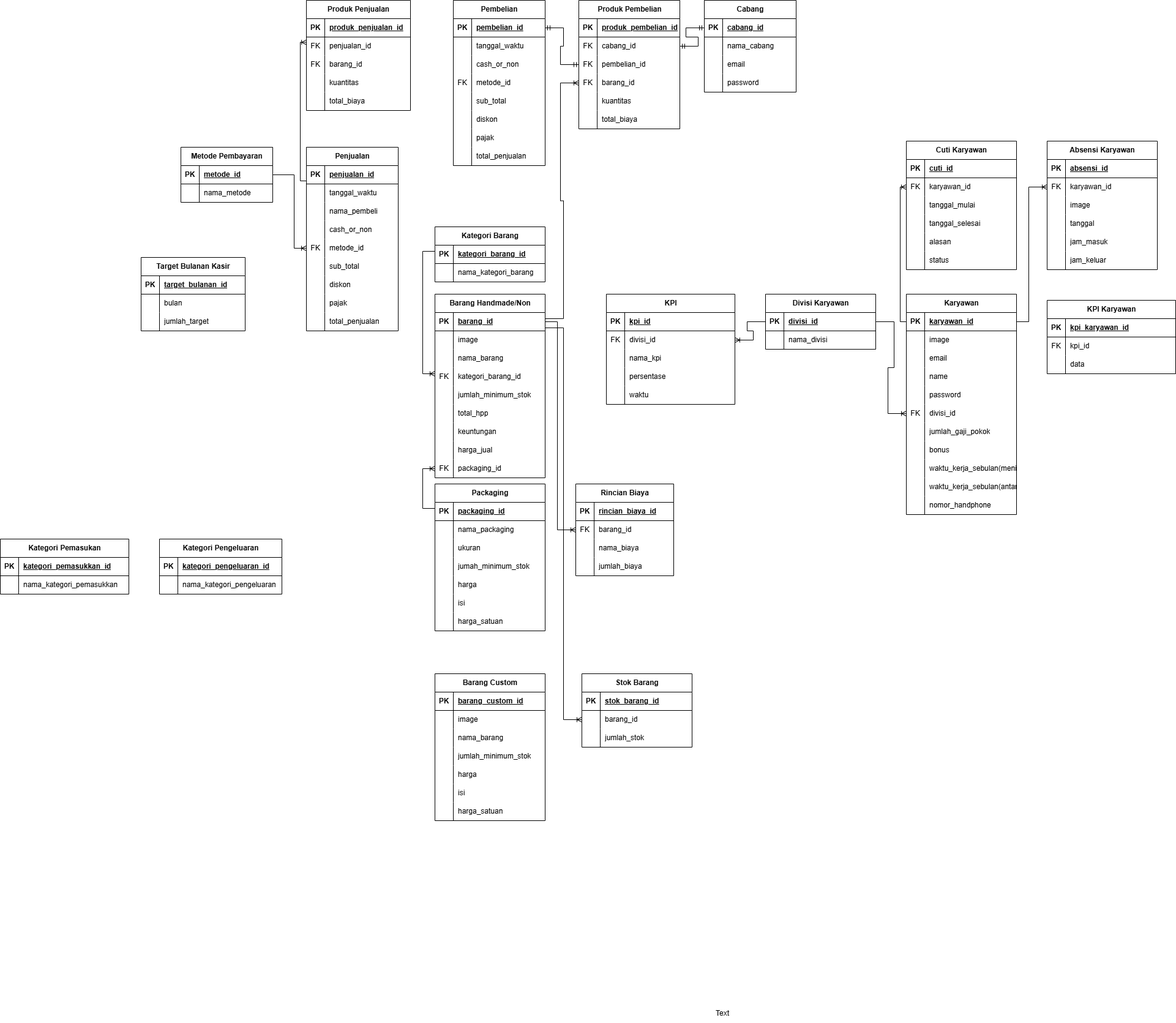
Before: ERD Tatitatu.drawio (1).png, a diagram exported from draw.io (aliefadha/dbi-backend). Source tidied: cells renumbered, new cells last; positions are measured from the earlier drawing's top-left corner, leaving out a move shared by most shapes.
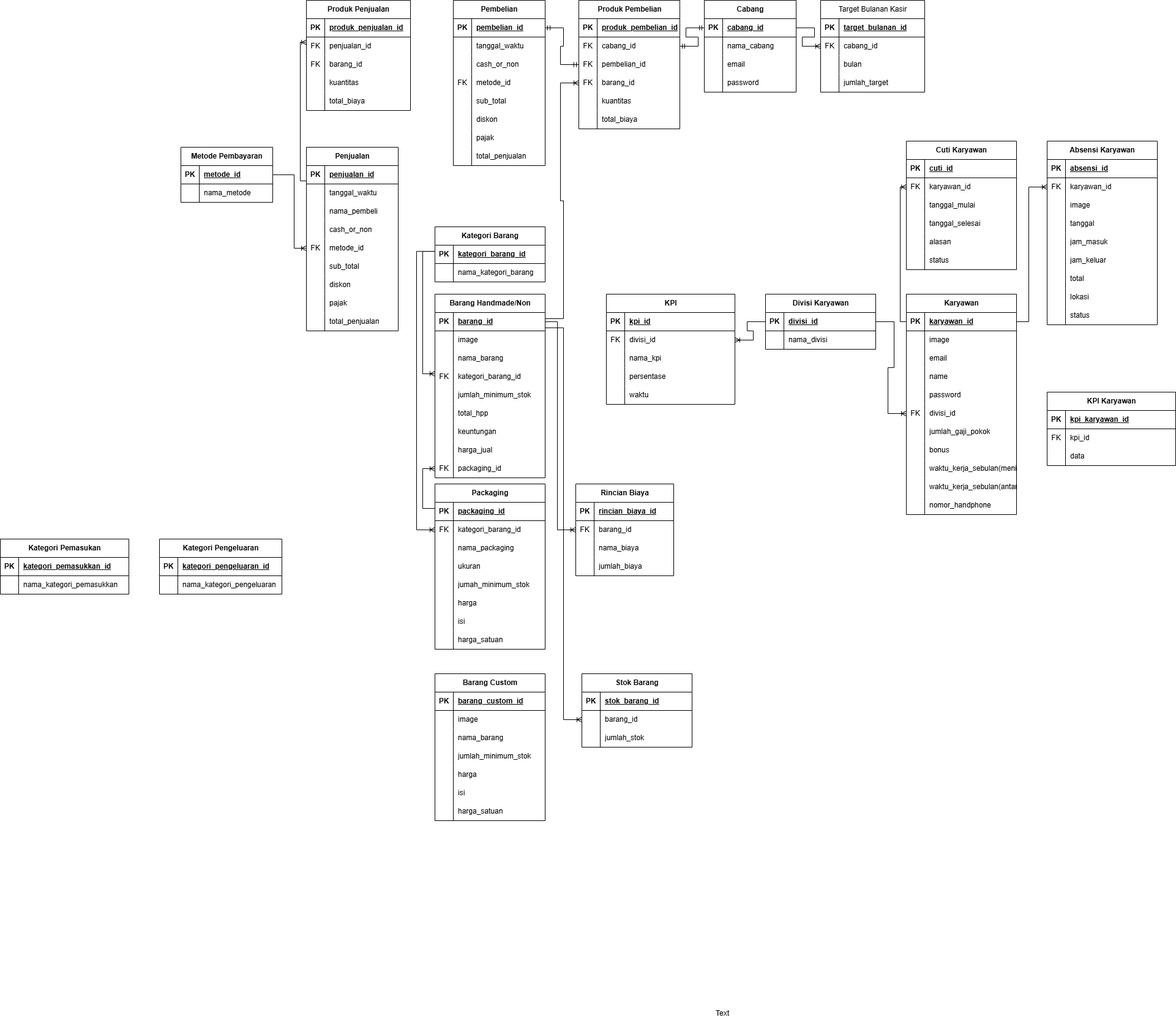
The same diagram one commit later.

Change to the diagram source:
```diff
@@ -89,8 +89,8 @@
     <mxCell id="30" value="nama_kategori_pemasukkan" style="shape=partialRectangle;fillColor=none;top=0;left=0;bottom=0;right=0;align=left;spacingLeft=6;overflow=hidden;whiteSpace=wrap;html=1;" parent="28" vertex="1">
       <mxGeometry x="30" width="180" height="30" as="geometry" />
     </mxCell>
-    <mxCell id="31" value="Target Bulanan Kasir" style="shape=table;startSize=30;rowLines=0;fontStyle=1;align=center;html=1;" parent="1" vertex="1">
-      <mxGeometry x="230" y="420" width="170" height="120" as="geometry" />
+    <mxCell id="31" value="Target Bulanan Kasir" style="shape=table;startSize=30;rowLines=0;fontStyle=0;align=center;html=1;" parent="1" vertex="1">
+      <mxGeometry x="1340" width="170" height="150" as="geometry" />
     </mxCell>
     <mxCell id="32" style="shape=tableRow;horizontal=0;startSize=0;swimlaneHead=0;swimlaneBody=0;fillColor=none;top=0;left=0;right=0;bottom=1;" parent="31" vertex="1">
       <mxGeometry y="30" width="170" height="30" as="geometry" />
@@ -104,14 +104,23 @@
     <mxCell id="35" style="shape=tableRow;horizontal=0;startSize=0;swimlaneHead=0;swimlaneBody=0;fillColor=none;points=[[0,0.5],[1,0.5]];portConstraint=eastwest;top=0;left=0;right=0;bottom=0;" parent="31" vertex="1">
       <mxGeometry y="60" width="170" height="30" as="geometry" />
     </mxCell>
-    <mxCell id="36" style="shape=partialRectangle;fillColor=none;top=0;left=0;bottom=0;right=0;overflow=hidden;whiteSpace=wrap;html=1;" parent="35" vertex="1">
+    <mxCell id="36" value="FK" style="shape=partialRectangle;fillColor=none;top=0;left=0;bottom=0;right=0;overflow=hidden;whiteSpace=wrap;html=1;" parent="35" vertex="1">
       <mxGeometry width="30" height="30" as="geometry" />
     </mxCell>
-    <mxCell id="37" value="bulan" style="shape=partialRectangle;fillColor=none;top=0;left=0;bottom=0;right=0;align=left;spacingLeft=6;overflow=hidden;whiteSpace=wrap;html=1;" parent="35" vertex="1">
+    <mxCell id="37" value="cabang_id" style="shape=partialRectangle;fillColor=none;top=0;left=0;bottom=0;right=0;align=left;spacingLeft=6;overflow=hidden;whiteSpace=wrap;html=1;" parent="35" vertex="1">
       <mxGeometry x="30" width="140" height="30" as="geometry" />
     </mxCell>
+    <mxCell id="355" style="shape=tableRow;horizontal=0;startSize=0;swimlaneHead=0;swimlaneBody=0;fillColor=none;top=0;left=0;right=0;bottom=0;" parent="31" vertex="1">
+      <mxGeometry y="90" width="170" height="30" as="geometry" />
+    </mxCell>
+    <mxCell id="356" style="shape=partialRectangle;fillColor=none;top=0;left=0;bottom=0;right=0;overflow=hidden;whiteSpace=wrap;html=1;" parent="355" vertex="1">
+      <mxGeometry width="30" height="30" as="geometry" />
+    </mxCell>
+    <mxCell id="357" value="bulan" style="shape=partialRectangle;fillColor=none;top=0;left=0;bottom=0;right=0;align=left;spacingLeft=6;overflow=hidden;whiteSpace=wrap;html=1;" parent="355" vertex="1">
+      <mxGeometry x="30" width="140" height="30" as="geometry" />
+    </mxCell>
     <mxCell id="38" style="shape=tableRow;horizontal=0;startSize=0;swimlaneHead=0;swimlaneBody=0;fillColor=none;top=0;left=0;right=0;bottom=0;" parent="31" vertex="1">
-      <mxGeometry y="90" width="170" height="30" as="geometry" />
+      <mxGeometry y="120" width="170" height="30" as="geometry" />
     </mxCell>
     <mxCell id="39" style="shape=partialRectangle;fillColor=none;top=0;left=0;bottom=0;right=0;overflow=hidden;whiteSpace=wrap;html=1;" parent="38" vertex="1">
       <mxGeometry width="30" height="30" as="geometry" />
@@ -480,7 +489,7 @@
       <mxGeometry relative="1" as="geometry" />
     </mxCell>
     <mxCell id="161" value="Absensi Karyawan" style="shape=table;startSize=30;rowLines=0;fontStyle=1;align=center;html=1;" parent="1" vertex="1">
-      <mxGeometry x="1710" y="230" width="180" height="210" as="geometry" />
+      <mxGeometry x="1710" y="230" width="180" height="300" as="geometry" />
     </mxCell>
     <mxCell id="162" style="shape=tableRow;horizontal=0;startSize=0;swimlaneHead=0;swimlaneBody=0;fillColor=none;top=0;left=0;right=0;bottom=1;" parent="161" vertex="1">
       <mxGeometry y="30" width="180" height="30" as="geometry" />
@@ -536,6 +545,33 @@
     <mxCell id="179" value="jam_keluar" style="shape=partialRectangle;fillColor=none;top=0;left=0;bottom=0;right=0;align=left;spacingLeft=6;overflow=hidden;whiteSpace=wrap;html=1;" parent="177" vertex="1">
       <mxGeometry x="30" width="150" height="30" as="geometry" />
     </mxCell>
+    <mxCell id="358" style="shape=tableRow;horizontal=0;startSize=0;swimlaneHead=0;swimlaneBody=0;fillColor=none;top=0;left=0;right=0;bottom=0;" parent="161" vertex="1">
+      <mxGeometry y="210" width="180" height="30" as="geometry" />
+    </mxCell>
+    <mxCell id="359" style="shape=partialRectangle;fillColor=none;top=0;left=0;bottom=0;right=0;overflow=hidden;whiteSpace=wrap;html=1;" parent="358" vertex="1">
+      <mxGeometry width="30" height="30" as="geometry" />
+    </mxCell>
+    <mxCell id="360" value="total" style="shape=partialRectangle;fillColor=none;top=0;left=0;bottom=0;right=0;align=left;spacingLeft=6;overflow=hidden;whiteSpace=wrap;html=1;" parent="358" vertex="1">
+      <mxGeometry x="30" width="150" height="30" as="geometry" />
+    </mxCell>
+    <mxCell id="361" style="shape=tableRow;horizontal=0;startSize=0;swimlaneHead=0;swimlaneBody=0;fillColor=none;top=0;left=0;right=0;bottom=0;" parent="161" vertex="1">
+      <mxGeometry y="240" width="180" height="30" as="geometry" />
+    </mxCell>
+    <mxCell id="362" style="shape=partialRectangle;fillColor=none;top=0;left=0;bottom=0;right=0;overflow=hidden;whiteSpace=wrap;html=1;" parent="361" vertex="1">
+      <mxGeometry width="30" height="30" as="geometry" />
+    </mxCell>
+    <mxCell id="363" value="lokasi" style="shape=partialRectangle;fillColor=none;top=0;left=0;bottom=0;right=0;align=left;spacingLeft=6;overflow=hidden;whiteSpace=wrap;html=1;" parent="361" vertex="1">
+      <mxGeometry x="30" width="150" height="30" as="geometry" />
+    </mxCell>
+    <mxCell id="364" style="shape=tableRow;horizontal=0;startSize=0;swimlaneHead=0;swimlaneBody=0;fillColor=none;top=0;left=0;right=0;bottom=0;" parent="161" vertex="1">
+      <mxGeometry y="270" width="180" height="30" as="geometry" />
+    </mxCell>
+    <mxCell id="365" style="shape=partialRectangle;fillColor=none;top=0;left=0;bottom=0;right=0;overflow=hidden;whiteSpace=wrap;html=1;" parent="364" vertex="1">
+      <mxGeometry width="30" height="30" as="geometry" />
+    </mxCell>
+    <mxCell id="366" value="status" style="shape=partialRectangle;fillColor=none;top=0;left=0;bottom=0;right=0;align=left;spacingLeft=6;overflow=hidden;whiteSpace=wrap;html=1;" parent="364" vertex="1">
+      <mxGeometry x="30" width="150" height="30" as="geometry" />
+    </mxCell>
     <mxCell id="180" style="edgeStyle=orthogonalEdgeStyle;fontSize=12;html=1;endArrow=ERoneToMany;rounded=0;entryX=0;entryY=0.5;entryDx=0;entryDy=0;" parent="1" edge="1" source="99" target="165">
       <mxGeometry relative="1" as="geometry">
         <Array as="points">
@@ -545,7 +581,7 @@
       </mxGeometry>
     </mxCell>
     <mxCell id="181" value="KPI Karyawan" style="shape=table;startSize=30;rowLines=0;fontStyle=1;align=center;html=1;" parent="1" vertex="1">
-      <mxGeometry x="1710" y="490" width="210" height="120" as="geometry" />
+      <mxGeometry x="1710" y="640" width="210" height="120" as="geometry" />
     </mxCell>
     <mxCell id="182" style="shape=tableRow;horizontal=0;startSize=0;swimlaneHead=0;swimlaneBody=0;fillColor=none;top=0;left=0;right=0;bottom=1;" parent="181" vertex="1">
       <mxGeometry y="30" width="210" height="30" as="geometry" />
@@ -624,7 +660,7 @@
       <mxGeometry x="30" width="130" height="30" as="geometry" />
     </mxCell>
     <mxCell id="205" value="Packaging" style="shape=table;startSize=30;rowLines=0;fontStyle=1;align=center;html=1;" parent="1" vertex="1">
-      <mxGeometry x="710" y="790" width="180" height="240" as="geometry" />
+      <mxGeometry x="710" y="790" width="180" height="270" as="geometry" />
     </mxCell>
     <mxCell id="206" style="shape=tableRow;horizontal=0;startSize=0;swimlaneHead=0;swimlaneBody=0;fillColor=none;top=0;left=0;right=0;bottom=1;" parent="205" vertex="1">
       <mxGeometry y="30" width="180" height="30" as="geometry" />
@@ -638,14 +674,23 @@
     <mxCell id="209" style="shape=tableRow;horizontal=0;startSize=0;swimlaneHead=0;swimlaneBody=0;fillColor=none;points=[[0,0.5],[1,0.5]];portConstraint=eastwest;top=0;left=0;right=0;bottom=0;" parent="205" vertex="1">
       <mxGeometry y="60" width="180" height="30" as="geometry" />
     </mxCell>
-    <mxCell id="210" style="shape=partialRectangle;fillColor=none;top=0;left=0;bottom=0;right=0;overflow=hidden;whiteSpace=wrap;html=1;" parent="209" vertex="1">
+    <mxCell id="210" value="FK" style="shape=partialRectangle;fillColor=none;top=0;left=0;bottom=0;right=0;overflow=hidden;whiteSpace=wrap;html=1;" parent="209" vertex="1">
       <mxGeometry width="30" height="30" as="geometry" />
     </mxCell>
-    <mxCell id="211" value="nama_packaging" style="shape=partialRectangle;fillColor=none;top=0;left=0;bottom=0;right=0;align=left;spacingLeft=6;overflow=hidden;whiteSpace=wrap;html=1;" parent="209" vertex="1">
+    <mxCell id="211" value="kategori_barang_id" style="shape=partialRectangle;fillColor=none;top=0;left=0;bottom=0;right=0;align=left;spacingLeft=6;overflow=hidden;whiteSpace=wrap;html=1;" parent="209" vertex="1">
       <mxGeometry x="30" width="150" height="30" as="geometry" />
     </mxCell>
+    <mxCell id="367" style="shape=tableRow;horizontal=0;startSize=0;swimlaneHead=0;swimlaneBody=0;fillColor=none;top=0;left=0;right=0;bottom=0;" parent="205" vertex="1">
+      <mxGeometry y="90" width="180" height="30" as="geometry" />
+    </mxCell>
+    <mxCell id="368" style="shape=partialRectangle;fillColor=none;top=0;left=0;bottom=0;right=0;overflow=hidden;whiteSpace=wrap;html=1;" parent="367" vertex="1">
+      <mxGeometry width="30" height="30" as="geometry" />
+    </mxCell>
+    <mxCell id="369" value="nama_packaging" style="shape=partialRectangle;fillColor=none;top=0;left=0;bottom=0;right=0;align=left;spacingLeft=6;overflow=hidden;whiteSpace=wrap;html=1;" parent="367" vertex="1">
+      <mxGeometry x="30" width="150" height="30" as="geometry" />
+    </mxCell>
     <mxCell id="212" style="shape=tableRow;horizontal=0;startSize=0;swimlaneHead=0;swimlaneBody=0;fillColor=none;top=0;left=0;right=0;bottom=0;" parent="205" vertex="1">
-      <mxGeometry y="90" width="180" height="30" as="geometry" />
+      <mxGeometry y="120" width="180" height="30" as="geometry" />
     </mxCell>
     <mxCell id="213" style="shape=partialRectangle;fillColor=none;top=0;left=0;bottom=0;right=0;overflow=hidden;whiteSpace=wrap;html=1;" parent="212" vertex="1">
       <mxGeometry width="30" height="30" as="geometry" />
@@ -654,7 +699,7 @@
       <mxGeometry x="30" width="150" height="30" as="geometry" />
     </mxCell>
     <mxCell id="215" style="shape=tableRow;horizontal=0;startSize=0;swimlaneHead=0;swimlaneBody=0;fillColor=none;top=0;left=0;right=0;bottom=0;" parent="205" vertex="1">
-      <mxGeometry y="120" width="180" height="30" as="geometry" />
+      <mxGeometry y="150" width="180" height="30" as="geometry" />
     </mxCell>
     <mxCell id="216" style="shape=partialRectangle;fillColor=none;top=0;left=0;bottom=0;right=0;overflow=hidden;whiteSpace=wrap;html=1;" parent="215" vertex="1">
       <mxGeometry width="30" height="30" as="geometry" />
@@ -663,7 +708,7 @@
       <mxGeometry x="30" width="150" height="30" as="geometry" />
     </mxCell>
     <mxCell id="218" style="shape=tableRow;horizontal=0;startSize=0;swimlaneHead=0;swimlaneBody=0;fillColor=none;top=0;left=0;right=0;bottom=0;" parent="205" vertex="1">
-      <mxGeometry y="150" width="180" height="30" as="geometry" />
+      <mxGeometry y="180" width="180" height="30" as="geometry" />
     </mxCell>
     <mxCell id="219" style="shape=partialRectangle;fillColor=none;top=0;left=0;bottom=0;right=0;overflow=hidden;whiteSpace=wrap;html=1;" parent="218" vertex="1">
       <mxGeometry width="30" height="30" as="geometry" />
@@ -672,7 +717,7 @@
       <mxGeometry x="30" width="150" height="30" as="geometry" />
     </mxCell>
     <mxCell id="221" style="shape=tableRow;horizontal=0;startSize=0;swimlaneHead=0;swimlaneBody=0;fillColor=none;top=0;left=0;right=0;bottom=0;" parent="205" vertex="1">
-      <mxGeometry y="180" width="180" height="30" as="geometry" />
+      <mxGeometry y="210" width="180" height="30" as="geometry" />
     </mxCell>
     <mxCell id="222" style="shape=partialRectangle;fillColor=none;top=0;left=0;bottom=0;right=0;overflow=hidden;whiteSpace=wrap;html=1;" parent="221" vertex="1">
       <mxGeometry width="30" height="30" as="geometry" />
@@ -681,7 +726,7 @@
       <mxGeometry x="30" width="150" height="30" as="geometry" />
     </mxCell>
     <mxCell id="224" style="shape=tableRow;horizontal=0;startSize=0;swimlaneHead=0;swimlaneBody=0;fillColor=none;top=0;left=0;right=0;bottom=0;" parent="205" vertex="1">
-      <mxGeometry y="210" width="180" height="30" as="geometry" />
+      <mxGeometry y="240" width="180" height="30" as="geometry" />
     </mxCell>
     <mxCell id="225" style="shape=partialRectangle;fillColor=none;top=0;left=0;bottom=0;right=0;overflow=hidden;whiteSpace=wrap;html=1;" parent="224" vertex="1">
       <mxGeometry width="30" height="30" as="geometry" />
@@ -1103,5 +1148,17 @@
         <mxPoint x="890" y="520" as="sourcePoint" />
       </mxGeometry>
     </mxCell>
+    <mxCell id="370" style="edgeStyle=orthogonalEdgeStyle;fontSize=12;html=1;endArrow=ERoneToMany;rounded=0;entryX=0;entryY=0.5;entryDx=0;entryDy=0;exitX=0;exitY=0.5;exitDx=0;exitDy=0;" parent="1" edge="1" source="11" target="209">
+      <mxGeometry relative="1" as="geometry">
+        <Array as="points">
+          <mxPoint x="710" y="410" />
+          <mxPoint x="680" y="410" />
+          <mxPoint x="680" y="865" />
+        </Array>
+      </mxGeometry>
+    </mxCell>
+    <mxCell id="371" style="edgeStyle=entityRelationEdgeStyle;fontSize=12;html=1;endArrow=ERoneToMany;rounded=0;exitX=1;exitY=0.5;exitDx=0;exitDy=0;entryX=0;entryY=0.5;entryDx=0;entryDy=0;" parent="1" edge="1" source="42" target="35">
+      <mxGeometry relative="1" as="geometry" />
+    </mxCell>
   </root>
 </mxGraphModel>
```
